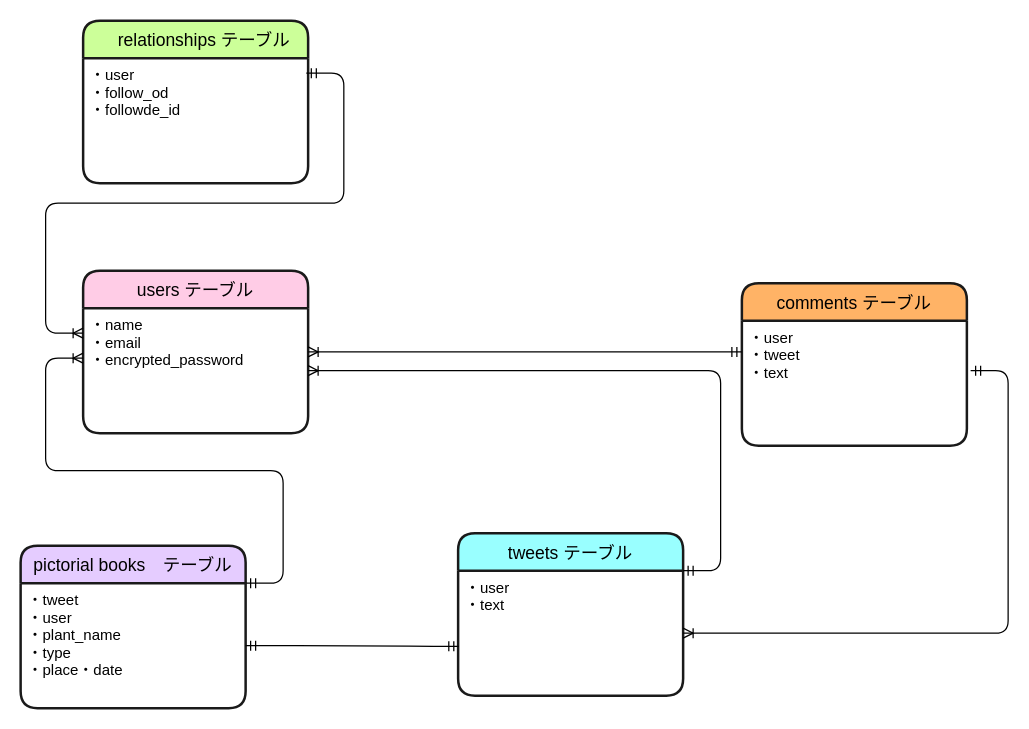
riko38407/succulent_tweet keeps this draw.io diagram as succulent_table.dio. Above is the earlier version. Source tidied: cells renumbered, new cells numbered last; positions are measured from the earlier drawing's top-left corner, leaving out a move shared by most shapes. Both pictures are drawn from the tidied source at 125%, with x=0, y=0 at pixel (20, 20).
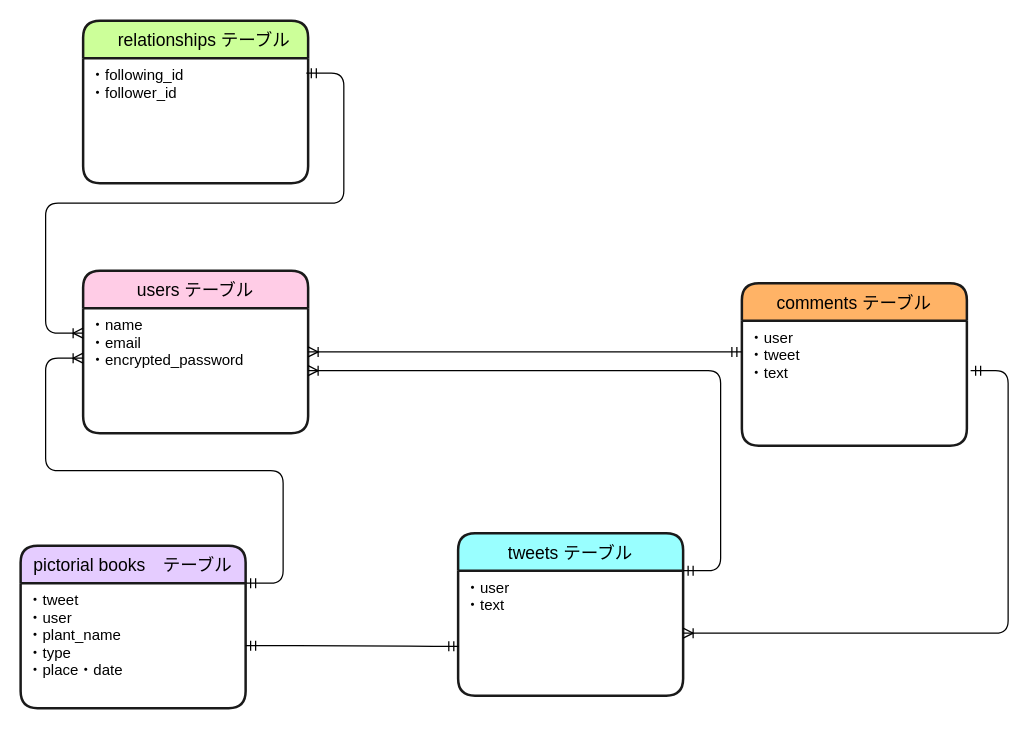
After the change.

Unchanged cells that the change refers to:
```xml
<mxCell id="15" value="　relationships テーブル" style="swimlane;horizontal=1;startSize=30;rounded=1;fontSize=14;fontStyle=0;strokeWidth=2;shadow=0;dashed=0;align=center;fillColor=#CCFF99;strokeColor=#1A1A1A;" parent="1" vertex="1">
  <mxGeometry x="50" width="180" height="130" as="geometry" />
</mxCell>
```

What changed in the source:
```diff
@@
-    <mxCell id="16" value="・user&#10;・follow_od&#10;・followde_id" style="align=left;strokeColor=none;fillColor=none;spacingLeft=4;fontSize=12;verticalAlign=top;" parent="15" vertex="1">
+    <mxCell id="16" value="・following_id&#10;・follower_id" style="align=left;strokeColor=none;fillColor=none;spacingLeft=4;fontSize=12;verticalAlign=top;" parent="15" vertex="1">
       <mxGeometry y="30" width="180" height="100" as="geometry" />
     </mxCell>
```
